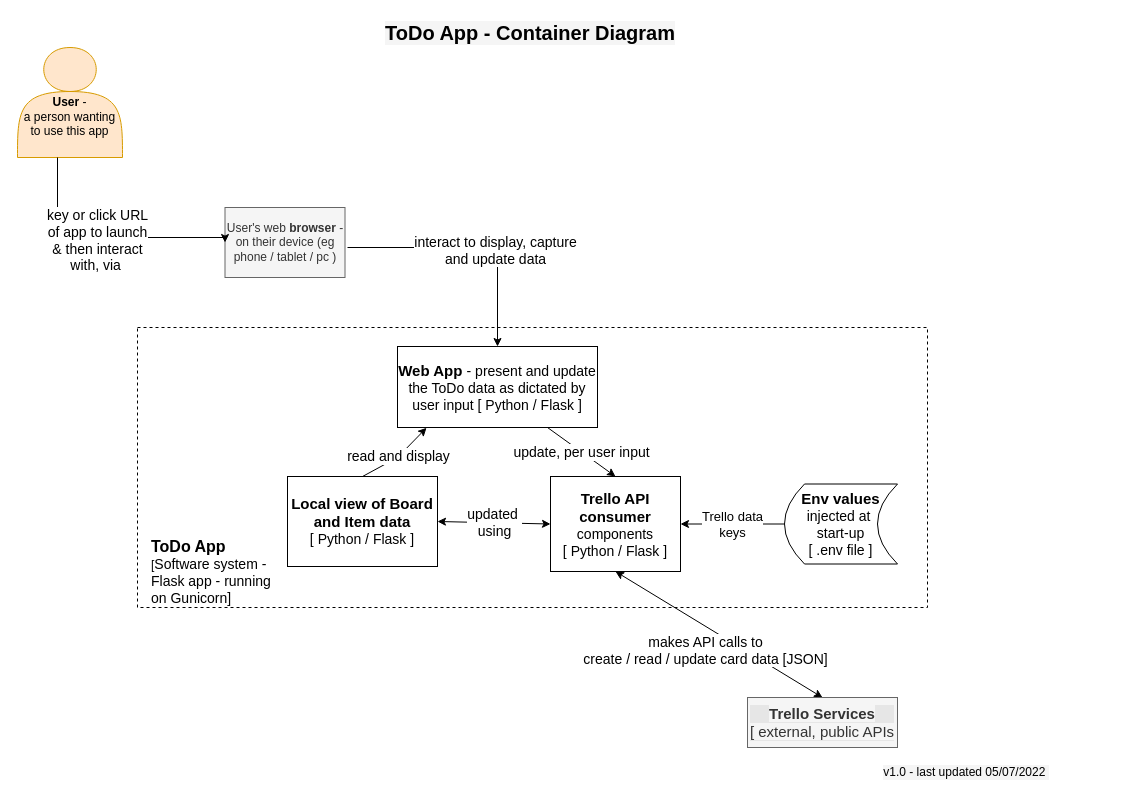
Above: documentation/containerDiagram.drawio in AnnDevOpsAccount/DevOps-Course-Starter (draw.io), before the change. Source tidied: cells renumbered, new cells numbered last; positions are measured from the earlier drawing's top-left corner, leaving out a move shared by most shapes. Both pictures are drawn from the tidied source at 100%, with x=0, y=0 at pixel (17, 17).
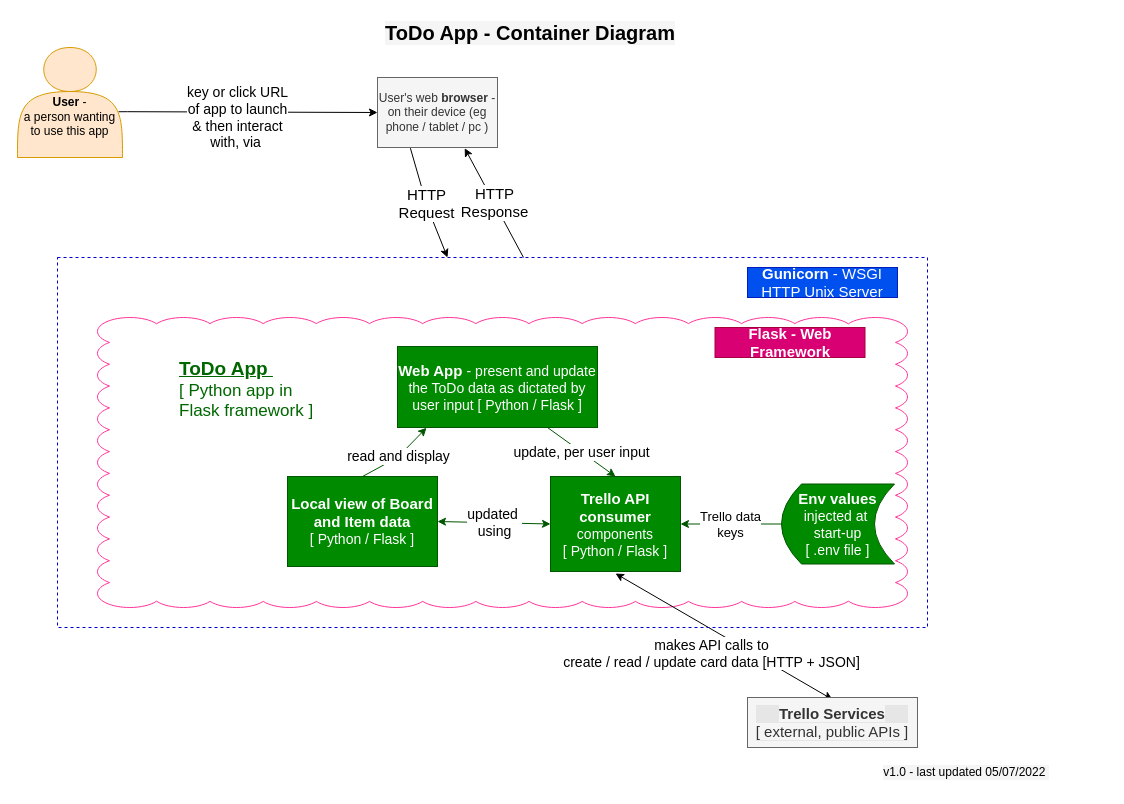
The same page after the edit.

Commit message (it also covers changes not shown here):
amend container diagram

The change refers to these unchanged cells:
```xml
<mxCell id="2" value="&lt;br&gt;&lt;br&gt;&lt;b&gt;User &lt;/b&gt;-&lt;br&gt;a person wanting to use this app" style="shape=actor;whiteSpace=wrap;html=1;fillColor=#ffe6cc;strokeColor=#d79b00;" parent="1" vertex="1">
  <mxGeometry y="30" width="105" height="110" as="geometry" />
</mxCell>
```

Diff of the diagram source:
```diff
@@
+    <mxCell id="22" style="whiteSpace=wrap;html=1;shape=mxgraph.basic.cloud_rect;labelBackgroundColor=none;labelBorderColor=#0000CC;fontSize=15;fontColor=#0000CC;strokeColor=#FF3399;fillColor=none;" parent="1" vertex="1">
+      <mxGeometry x="80" y="300" width="810" height="290" as="geometry" />
+    </mxCell>
@@
     <mxCell id="3" value="User's web &lt;b&gt;browser &lt;/b&gt;- on their device (eg phone / tablet / pc )" style="whiteSpace=wrap;html=1;align=center;newEdgeStyle={&quot;edgeStyle&quot;:&quot;elbowEdgeStyle&quot;,&quot;startArrow&quot;:&quot;none&quot;,&quot;endArrow&quot;:&quot;none&quot;};fillColor=#f5f5f5;fontColor=#333333;strokeColor=#666666;" parent="1" vertex="1">
-      <mxGeometry x="207.5" y="190" width="120" height="70" as="geometry" />
+      <mxGeometry x="360" y="60" width="120" height="70" as="geometry" />
     </mxCell>
-    <mxCell id="4" value="&lt;font style=&quot;font-size: 14px;&quot;&gt;makes API calls to &lt;br&gt;create / read / update card data [JSON]&lt;/font&gt;" style="endArrow=classic;startArrow=classic;html=1;rounded=0;exitX=0.5;exitY=0;exitDx=0;exitDy=0;entryX=0.5;entryY=1;entryDx=0;entryDy=0;" parent="1" edge="1" source="5" target="11">
-      <mxGeometry x="0.02" y="21" relative="1" as="geometry" />
+    <mxCell id="4" value="&lt;font style=&quot;font-size: 14px;&quot;&gt;makes API calls to &lt;br&gt;create / read / update card data [HTTP + JSON]&lt;/font&gt;" style="endArrow=classic;startArrow=classic;html=1;rounded=0;exitX=0.5;exitY=0;exitDx=0;exitDy=0;entryX=0.5;entryY=1;entryDx=0;entryDy=0;" parent="1" edge="1">
+      <mxGeometry x="0.02" y="21" relative="1" as="geometry">
+        <mxPoint x="815" y="682" as="sourcePoint" />
+        <mxPoint x="598" y="556" as="targetPoint" />
+      </mxGeometry>
     </mxCell>
+    <mxCell id="23" style="edgeStyle=orthogonalEdgeStyle;rounded=0;jettySize=auto;html=1;exitX=1;exitY=0.5;exitDx=0;exitDy=0;fontSize=15;" parent="1" edge="1" source="5">
+      <mxGeometry relative="1" as="geometry">
+        <mxPoint x="890" y="704.8" as="targetPoint" />
+      </mxGeometry>
+    </mxCell>
-    <mxCell id="5" value="&lt;span style=&quot;background-color: rgb(245, 245, 245); font-size: 15px;&quot;&gt;&lt;b&gt;Trello Services&lt;/b&gt;&lt;br&gt;[ external, public APIs&lt;br&gt;&lt;/span&gt;" style="whiteSpace=wrap;html=1;align=center;newEdgeStyle={&quot;edgeStyle&quot;:&quot;elbowEdgeStyle&quot;,&quot;startArrow&quot;:&quot;none&quot;,&quot;endArrow&quot;:&quot;none&quot;};labelBackgroundColor=#E6E6E6;fontSize=14;strokeColor=#666666;fillColor=#f5f5f5;fontColor=#333333;" parent="1" vertex="1">
-      <mxGeometry x="730" y="680" width="150" height="50" as="geometry" />
+    <mxCell id="5" value="&lt;span style=&quot;background-color: rgb(245, 245, 245); font-size: 15px;&quot;&gt;&lt;b&gt;Trello Services&lt;/b&gt;&lt;br&gt;[ external, public APIs ]&lt;br&gt;&lt;/span&gt;" style="whiteSpace=wrap;html=1;align=center;newEdgeStyle={&quot;edgeStyle&quot;:&quot;elbowEdgeStyle&quot;,&quot;startArrow&quot;:&quot;none&quot;,&quot;endArrow&quot;:&quot;none&quot;};labelBackgroundColor=#E6E6E6;fontSize=14;strokeColor=#666666;fillColor=#f5f5f5;fontColor=#333333;" parent="1" vertex="1">
+      <mxGeometry x="730" y="680" width="170" height="50" as="geometry" />
     </mxCell>
@@
-    <mxCell id="8" style="rounded=0;whiteSpace=wrap;html=1;dashed=1;fillColor=none;" parent="1" vertex="1">
-      <mxGeometry x="120" y="310" width="790" height="280" as="geometry" />
+    <mxCell id="8" style="rounded=0;whiteSpace=wrap;html=1;dashed=1;fillColor=none;fontColor=#0000CC;labelBackgroundColor=default;labelBorderColor=#0000CC;strokeColor=#0000CC;" parent="1" vertex="1">
+      <mxGeometry x="40" y="240" width="870" height="370" as="geometry" />
     </mxCell>
-    <mxCell id="9" value="&lt;b style=&quot;&quot;&gt;&lt;font style=&quot;font-size: 16px;&quot;&gt;ToDo App&lt;/font&gt; &lt;/b&gt;[&lt;font style=&quot;font-size: 14px;&quot;&gt;Software system -&amp;nbsp; Flask app - running&amp;nbsp; on Gunicorn]&lt;/font&gt;" style="text;html=1;strokeColor=none;fillColor=none;align=left;verticalAlign=middle;whiteSpace=wrap;rounded=0;dashed=1;" parent="1" vertex="1">
-      <mxGeometry x="132" y="539" width="128" height="30" as="geometry" />
+    <mxCell id="9" value="&lt;b style=&quot;&quot;&gt;&lt;font style=&quot;&quot;&gt;&lt;u style=&quot;&quot;&gt;&lt;font style=&quot;font-size: 19px;&quot;&gt;ToDo App&amp;nbsp;&lt;/font&gt;&lt;/u&gt;&lt;br style=&quot;font-size: 17px;&quot;&gt;&lt;/font&gt;&lt;/b&gt;&lt;font style=&quot;font-size: 17px;&quot;&gt;[ Python app&amp;nbsp;in&amp;nbsp; &amp;nbsp; Flask framework ]&lt;/font&gt;" style="text;html=1;align=left;verticalAlign=middle;whiteSpace=wrap;rounded=0;dashed=1;fontColor=#006600;fontSize=17;" parent="1" vertex="1">
+      <mxGeometry x="160" y="344" width="160" height="56" as="geometry" />
     </mxCell>
-    <mxCell id="10" value="&lt;font style=&quot;&quot;&gt;&lt;b style=&quot;&quot;&gt;&lt;font style=&quot;font-size: 15px;&quot;&gt;Local view of Board and Item data &lt;/font&gt;&lt;/b&gt;&lt;br&gt;&lt;span style=&quot;font-size: 14px;&quot;&gt;[ Python / Flask ]&lt;/span&gt;&lt;/font&gt;" style="whiteSpace=wrap;html=1;align=center;newEdgeStyle={&quot;edgeStyle&quot;:&quot;elbowEdgeStyle&quot;,&quot;startArrow&quot;:&quot;none&quot;,&quot;endArrow&quot;:&quot;none&quot;};fillColor=none;" parent="1" vertex="1">
+    <mxCell id="10" value="&lt;font style=&quot;&quot;&gt;&lt;b style=&quot;&quot;&gt;&lt;font style=&quot;font-size: 15px;&quot;&gt;Local view of Board and Item data &lt;/font&gt;&lt;/b&gt;&lt;br&gt;&lt;span style=&quot;font-size: 14px;&quot;&gt;[ Python / Flask ]&lt;/span&gt;&lt;/font&gt;" style="whiteSpace=wrap;html=1;align=center;newEdgeStyle={&quot;edgeStyle&quot;:&quot;elbowEdgeStyle&quot;,&quot;startArrow&quot;:&quot;none&quot;,&quot;endArrow&quot;:&quot;none&quot;};fillColor=#008a00;fontColor=#ffffff;strokeColor=#005700;" parent="1" vertex="1">
       <mxGeometry x="270" y="459" width="150" height="90" as="geometry" />
     </mxCell>
-    <mxCell id="11" value="&lt;b style=&quot;font-size: 15px;&quot;&gt;Trello API &lt;br style=&quot;&quot;&gt;consumer&lt;/b&gt;&lt;br style=&quot;font-size: 14px;&quot;&gt;components&lt;br style=&quot;font-size: 14px;&quot;&gt;[ Python / Flask ]" style="whiteSpace=wrap;html=1;align=center;newEdgeStyle={&quot;edgeStyle&quot;:&quot;elbowEdgeStyle&quot;,&quot;startArrow&quot;:&quot;none&quot;,&quot;endArrow&quot;:&quot;none&quot;};fillColor=none;fontSize=14;" parent="1" vertex="1">
+    <mxCell id="11" value="&lt;b style=&quot;font-size: 15px;&quot;&gt;Trello API &lt;br style=&quot;&quot;&gt;consumer&lt;/b&gt;&lt;br style=&quot;font-size: 14px;&quot;&gt;components&lt;br style=&quot;font-size: 14px;&quot;&gt;[ Python / Flask ]" style="whiteSpace=wrap;html=1;align=center;newEdgeStyle={&quot;edgeStyle&quot;:&quot;elbowEdgeStyle&quot;,&quot;startArrow&quot;:&quot;none&quot;,&quot;endArrow&quot;:&quot;none&quot;};fillColor=#008a00;fontSize=14;fontColor=#ffffff;strokeColor=#005700;" parent="1" vertex="1">
       <mxGeometry x="533" y="459" width="130" height="95" as="geometry" />
     </mxCell>
-    <mxCell id="12" value="&lt;b&gt;&lt;font style=&quot;font-size: 15px;&quot;&gt;Env values&lt;/font&gt;&lt;/b&gt;&lt;br style=&quot;font-size: 14px;&quot;&gt;injected at&amp;nbsp;&lt;br style=&quot;font-size: 14px;&quot;&gt;start-up&lt;br&gt;[ .env file ]" style="shape=dataStorage;whiteSpace=wrap;html=1;fixedSize=1;fillColor=none;fontSize=14;" parent="1" vertex="1">
-      <mxGeometry x="767" y="466.5" width="113" height="80" as="geometry" />
+    <mxCell id="12" value="&lt;b&gt;&lt;font style=&quot;font-size: 15px;&quot;&gt;Env values&lt;/font&gt;&lt;/b&gt;&lt;br style=&quot;font-size: 14px;&quot;&gt;injected at&amp;nbsp;&lt;br style=&quot;font-size: 14px;&quot;&gt;start-up&lt;br&gt;[ .env file ]" style="shape=dataStorage;whiteSpace=wrap;html=1;fixedSize=1;fillColor=#008a00;fontSize=14;fontColor=#ffffff;strokeColor=#005700;" parent="1" vertex="1">
+      <mxGeometry x="764" y="466.5" width="113" height="80" as="geometry" />
     </mxCell>
-    <mxCell id="13" value="&lt;font style=&quot;font-size: 13px;&quot;&gt;Trello data &lt;br style=&quot;&quot;&gt;keys&lt;/font&gt;" style="endArrow=classic;html=1;rounded=0;entryX=1;entryY=0.5;entryDx=0;entryDy=0;exitX=0;exitY=0.5;exitDx=0;exitDy=0;" parent="1" edge="1" source="12" target="11">
+    <mxCell id="13" value="&lt;font style=&quot;font-size: 13px;&quot;&gt;Trello data &lt;br style=&quot;&quot;&gt;keys&lt;/font&gt;" style="endArrow=classic;html=1;rounded=0;entryX=1;entryY=0.5;entryDx=0;entryDy=0;exitX=0;exitY=0.5;exitDx=0;exitDy=0;fillColor=#008a00;strokeColor=#005700;" parent="1" edge="1" source="12" target="11">
       <mxGeometry relative="1" as="geometry" />
     </mxCell>
-    <mxCell id="14" value="updated&amp;nbsp;&lt;br style=&quot;font-size: 14px;&quot;&gt;using" style="endArrow=classic;startArrow=classic;html=1;rounded=0;exitX=1;exitY=0.5;exitDx=0;exitDy=0;entryX=0;entryY=0.5;entryDx=0;entryDy=0;fontSize=14;" parent="1" edge="1" source="10" target="11">
+    <mxCell id="14" value="updated&amp;nbsp;&lt;br style=&quot;font-size: 14px;&quot;&gt;using" style="endArrow=classic;startArrow=classic;html=1;rounded=0;exitX=1;exitY=0.5;exitDx=0;exitDy=0;entryX=0;entryY=0.5;entryDx=0;entryDy=0;fontSize=14;fillColor=#008a00;strokeColor=#005700;" parent="1" edge="1" source="10" target="11">
       <mxGeometry relative="1" as="geometry" />
     </mxCell>
-    <mxCell id="15" style="edgeStyle=segmentEdgeStyle;endArrow=classic;html=1;rounded=0;fontSize=14;entryX=0.5;entryY=0;entryDx=0;entryDy=0;" parent="1" edge="1" target="19">
-      <mxGeometry relative="1" as="geometry">
-        <mxPoint x="330" y="230" as="sourcePoint" />
-      </mxGeometry>
-    </mxCell>
-    <mxCell id="16" value="interact to display, capture &lt;br&gt;and&amp;nbsp;update data" style="edgeLabel;html=1;align=center;verticalAlign=middle;fontSize=14;" parent="15" vertex="1">
-      <mxGeometry x="0.23" y="-3" relative="1" as="geometry">
-        <mxPoint y="-1" as="offset" />
-      </mxGeometry>
-    </mxCell>
-    <mxCell id="17" style="edgeStyle=segmentEdgeStyle;endArrow=classic;html=1;rounded=0;fontSize=14;entryX=0;entryY=0.5;entryDx=0;entryDy=0;exitX=0.381;exitY=1;exitDx=0;exitDy=0;exitPerimeter=0;" parent="1" edge="1" source="2" target="3">
+    <mxCell id="17" style="edgeStyle=segmentEdgeStyle;endArrow=classic;html=1;rounded=0;fontSize=14;entryX=0;entryY=0.5;entryDx=0;entryDy=0;exitX=0.963;exitY=0.584;exitDx=0;exitDy=0;exitPerimeter=0;" parent="1" edge="1" source="2" target="3">
       <mxGeometry relative="1" as="geometry">
         <Array as="points">
-          <mxPoint x="40" y="220" />
-          <mxPoint x="207" y="220" />
+          <mxPoint x="110" y="94" />
         </Array>
       </mxGeometry>
     </mxCell>
     <mxCell id="18" value="key or click URL &lt;br&gt;of app to launch&lt;br&gt;&amp;amp; then interact &lt;br&gt;with, via&amp;nbsp;" style="edgeLabel;html=1;align=center;verticalAlign=middle;fontSize=14;" parent="17" vertex="1">
-      <mxGeometry x="-0.05" y="-2" relative="1" as="geometry" />
+      <mxGeometry x="-0.05" y="-2" relative="1" as="geometry">
+        <mxPoint x="-5" y="3" as="offset" />
+      </mxGeometry>
     </mxCell>
-    <mxCell id="19" value="&lt;b&gt;&lt;font style=&quot;font-size: 15px;&quot;&gt;Web App &lt;/font&gt;&lt;/b&gt;- present and update&lt;br&gt;the ToDo data as dictated by user input [ Python / Flask ]" style="whiteSpace=wrap;html=1;align=center;newEdgeStyle={&quot;edgeStyle&quot;:&quot;elbowEdgeStyle&quot;,&quot;startArrow&quot;:&quot;none&quot;,&quot;endArrow&quot;:&quot;none&quot;};fontSize=14;fillColor=none;" parent="1" vertex="1">
+    <mxCell id="19" value="&lt;b&gt;&lt;font style=&quot;font-size: 15px;&quot;&gt;Web App &lt;/font&gt;&lt;/b&gt;- present and update&lt;br&gt;the ToDo data as dictated by user input [ Python / Flask ]" style="whiteSpace=wrap;html=1;align=center;newEdgeStyle={&quot;edgeStyle&quot;:&quot;elbowEdgeStyle&quot;,&quot;startArrow&quot;:&quot;none&quot;,&quot;endArrow&quot;:&quot;none&quot;};fontSize=14;fillColor=#008a00;fontColor=#ffffff;strokeColor=#005700;" parent="1" vertex="1">
       <mxGeometry x="380" y="329" width="200" height="81" as="geometry" />
     </mxCell>
-    <mxCell id="20" value="read and display" style="endArrow=classic;html=1;rounded=0;fontSize=14;entryX=0.145;entryY=1.004;entryDx=0;entryDy=0;entryPerimeter=0;exitX=0.5;exitY=0;exitDx=0;exitDy=0;" parent="1" edge="1" source="10" target="19">
+    <mxCell id="20" value="read and display" style="endArrow=classic;html=1;rounded=0;fontSize=14;entryX=0.145;entryY=1.004;entryDx=0;entryDy=0;entryPerimeter=0;exitX=0.5;exitY=0;exitDx=0;exitDy=0;fillColor=#008a00;strokeColor=#005700;" parent="1" edge="1" source="10" target="19">
       <mxGeometry relative="1" as="geometry">
         <Array as="points">
           <mxPoint x="380" y="440" />
         </Array>
       </mxGeometry>
     </mxCell>
-    <mxCell id="21" value="update, per user input" style="endArrow=classic;html=1;rounded=0;fontSize=14;entryX=0.5;entryY=0;entryDx=0;entryDy=0;exitX=0.75;exitY=1;exitDx=0;exitDy=0;" parent="1" edge="1" source="19" target="11">
+    <mxCell id="21" value="update, per user input" style="endArrow=classic;html=1;rounded=0;fontSize=14;entryX=0.5;entryY=0;entryDx=0;entryDy=0;exitX=0.75;exitY=1;exitDx=0;exitDy=0;fillColor=#008a00;strokeColor=#005700;" parent="1" edge="1" source="19" target="11">
       <mxGeometry relative="1" as="geometry" />
     </mxCell>
+    <mxCell id="24" value="HTTP &lt;br&gt;Request" style="endArrow=classic;html=1;rounded=0;fontSize=15;exitX=0.441;exitY=1.01;exitDx=0;exitDy=0;exitPerimeter=0;" parent="1" edge="1">
+      <mxGeometry relative="1" as="geometry">
+        <mxPoint x="392.9" y="130.7" as="sourcePoint" />
+        <mxPoint x="430" y="240" as="targetPoint" />
+        <Array as="points">
+          <mxPoint x="410" y="190" />
+        </Array>
+      </mxGeometry>
+    </mxCell>
+    <mxCell id="25" value="HTTP &lt;br&gt;Response" style="endArrow=classic;html=1;rounded=0;fontSize=15;entryX=0.843;entryY=1.01;entryDx=0;entryDy=0;entryPerimeter=0;" parent="1" edge="1">
+      <mxGeometry relative="1" as="geometry">
+        <mxPoint x="506" y="240" as="sourcePoint" />
+        <mxPoint x="447.2" y="130.7" as="targetPoint" />
+      </mxGeometry>
+    </mxCell>
+    <mxCell id="26" value="&lt;b&gt;Gunicorn &lt;/b&gt;- WSGI HTTP Unix Server" style="text;html=1;strokeColor=#001DBC;fillColor=#0050ef;align=center;verticalAlign=middle;whiteSpace=wrap;rounded=0;fontSize=15;fontColor=#ffffff;" parent="1" vertex="1">
+      <mxGeometry x="730" y="250" width="150" height="30" as="geometry" />
+    </mxCell>
+    <mxCell id="27" value="&lt;b&gt;Flask - Web Framework&lt;/b&gt;" style="text;html=1;strokeColor=#A50040;fillColor=#d80073;align=center;verticalAlign=middle;whiteSpace=wrap;rounded=0;fontSize=15;fontColor=#ffffff;" parent="1" vertex="1">
+      <mxGeometry x="697.5" y="310" width="150" height="30" as="geometry" />
+    </mxCell>
```
